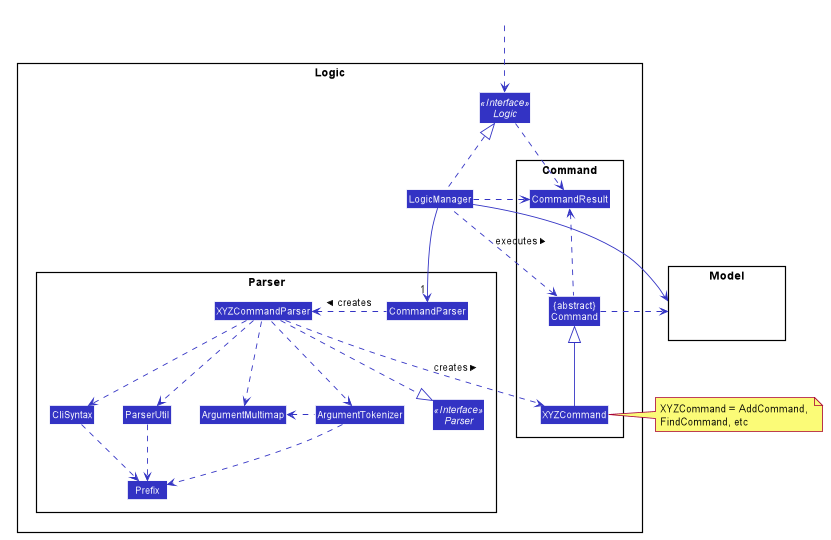
Earlier version of the PlantUML export docs/images/LogicClassDiagram.png (pennhanlee/tp). Source of this version:
```plantuml
@startuml









skinparam BackgroundColor #FFFFFFF

skinparam Shadowing false

skinparam Class {
    FontColor #FFFFFF
    BorderThickness 1
    BorderColor #FFFFFF
    StereotypeFontColor #FFFFFF
    FontName Arial
}

skinparam Actor {
    BorderColor #000000
    Color #000000
    FontName Arial
}

skinparam Sequence {
    MessageAlign center
    BoxFontSize 15
    BoxPadding 0
    BoxFontColor #FFFFFF
    FontName Arial
}

skinparam Participant {
    FontColor #FFFFFFF
    Padding 20
}

skinparam MinClassWidth 50
skinparam ParticipantPadding 10
skinparam Shadowing false
skinparam DefaultTextAlignment center
skinparam packageStyle Rectangle

hide footbox
hide members
hide circle
skinparam arrowThickness 1.1
skinparam arrowColor #3333C4
skinparam classBackgroundColor #3333C4

package Logic {

package Parser {
Interface Parser <<Interface>>
Class CommandParser
Class XYZCommandParser
Class CliSyntax
Class ParserUtil
Class ArgumentMultimap
Class ArgumentTokenizer
Class Prefix
}

package Command {
Class XYZCommand
Class CommandResult
Class "{abstract}\nCommand" as Command
}

Interface Logic <<Interface>>
Class LogicManager
}

package Model{
Class HiddenModel #FFFFFF
}

Class HiddenOutside #FFFFFF
HiddenOutside ..> Logic

LogicManager .up.|> Logic
LogicManager -->"1" CommandParser
CommandParser .left.> XYZCommandParser: creates >

XYZCommandParser ..> XYZCommand : creates >
XYZCommandParser ..|> Parser
XYZCommandParser ..> ArgumentMultimap
XYZCommandParser ..> ArgumentTokenizer
ArgumentTokenizer .left.> ArgumentMultimap
XYZCommandParser ..> CliSyntax
CliSyntax ..> Prefix
XYZCommandParser ..> ParserUtil
ParserUtil .down.> Prefix
ArgumentTokenizer .down.> Prefix
XYZCommand -up-|> Command
LogicManager .left.> Command : executes >

LogicManager --> Model
Command .right.> Model
note right of XYZCommand: XYZCommand = AddCommand, \nFindCommand, etc

Logic ..> CommandResult
LogicManager .down.> CommandResult
Command .up.> CommandResult
CommandResult -[hidden]-> Parser
@enduml
```
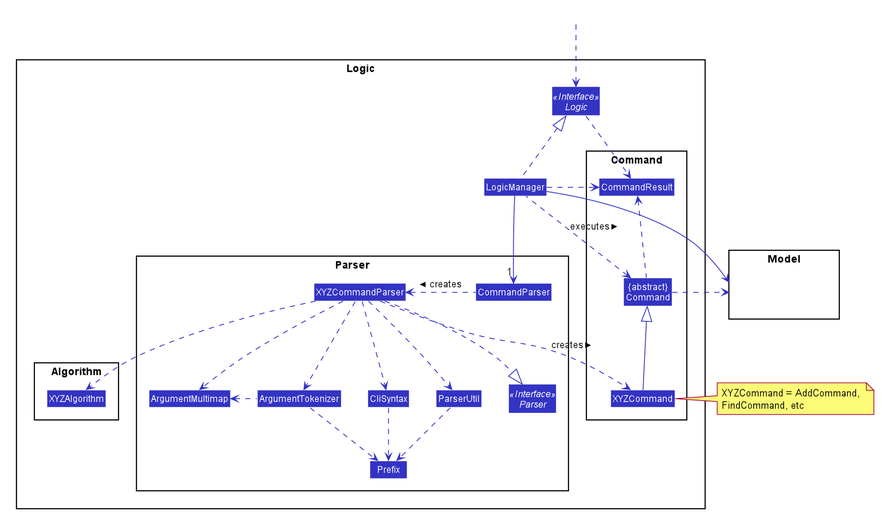
After the change.

The edit, as a diff of the source:
```diff
@@ -65,6 +65,10 @@
 Class Prefix
 }
 
+package Algorithm {
+Class XYZAlgorithm
+}
+
 package Command {
 Class XYZCommand
 Class CommandResult
@@ -90,6 +94,7 @@
 XYZCommandParser ..|> Parser
 XYZCommandParser ..> ArgumentMultimap
 XYZCommandParser ..> ArgumentTokenizer
+XYZCommandParser ..> XYZAlgorithm
 ArgumentTokenizer .left.> ArgumentMultimap
 XYZCommandParser ..> CliSyntax
 CliSyntax ..> Prefix
```
